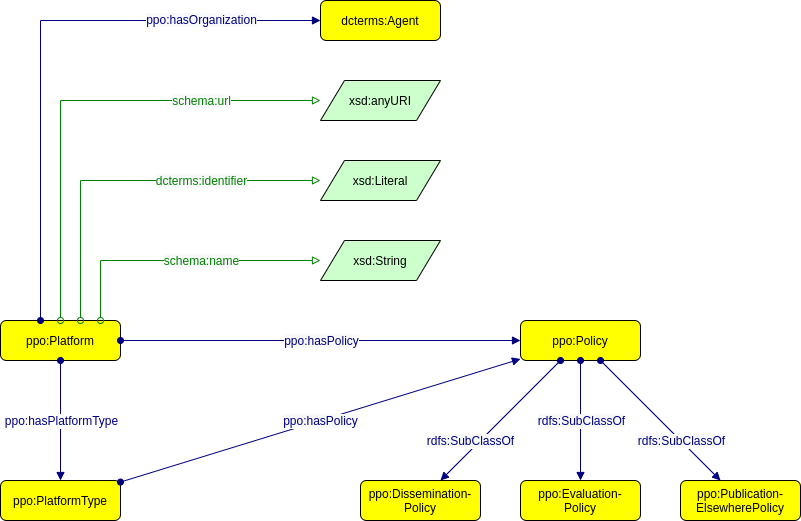
The draw.io diagram ontology/img/ppo_ontology-Platform.drawio.png in CWTSLeiden/Journal-Observatory-data, before a commit. Source tidied: cells renumbered, new cells last; positions are measured from the earlier drawing's top-left corner, leaving out a move shared by most shapes. Source of this version:
```xml
<mxGraphModel>
  <root>
    <mxCell id="0" />
    <mxCell id="1" parent="0" />
    <mxCell id="2" value="ppo:Platform" style="graphMlID=n4;shape=rect;rounded=1;arcsize=30;fillColor=#ffff00;strokeColor=#000000;strokeWidth=1.0;" parent="1" vertex="1">
      <mxGeometry y="320" width="120" height="40" as="geometry" />
    </mxCell>
    <mxCell id="3" value="xsd:Literal" style="graphMlID=n6;shape=parallelogram;fillColor=#ccffcc;strokeColor=#000000;strokeWidth=1.0;" parent="1" vertex="1">
      <mxGeometry x="320" y="160" width="120" height="40" as="geometry" />
    </mxCell>
    <mxCell id="4" style="graphMlID=e2;rounded=0;endArrow=block;strokeColor=#008000;strokeWidth=1.0;startArrow=oval;startFill=0;endFill=0;edgeStyle=orthogonalEdgeStyle;" parent="1" edge="1" source="2" target="3">
      <mxGeometry relative="1" as="geometry">
        <Array as="points">
          <mxPoint x="80" y="180" />
        </Array>
      </mxGeometry>
    </mxCell>
    <mxCell id="5" value="&lt;span style=&quot;color: rgb(0, 128, 0); font-size: 12px; background-color: rgb(248, 249, 250);&quot;&gt;dcterms:identifier&lt;/span&gt;" style="text;html=1;align=center;verticalAlign=middle;labelBackgroundColor=#ffffff;fontSize=12;fontFamily=Helvetica;" parent="4" vertex="1">
      <mxGeometry relative="1" as="geometry">
        <mxPoint x="70" as="offset" />
      </mxGeometry>
    </mxCell>
    <mxCell id="6" value="xsd:anyURI" style="graphMlID=n6;shape=parallelogram;fillColor=#ccffcc;strokeColor=#000000;strokeWidth=1.0;" parent="1" vertex="1">
      <mxGeometry x="320" y="80" width="120" height="40" as="geometry" />
    </mxCell>
    <mxCell id="7" value="xsd:String" style="graphMlID=n6;shape=parallelogram;fillColor=#ccffcc;strokeColor=#000000;strokeWidth=1.0;" parent="1" vertex="1">
      <mxGeometry x="320" y="240" width="120" height="40" as="geometry" />
    </mxCell>
    <mxCell id="8" style="graphMlID=e2;rounded=0;endArrow=block;strokeColor=#008000;strokeWidth=1.0;startArrow=oval;startFill=0;endFill=0;align=center;edgeStyle=orthogonalEdgeStyle;" parent="1" edge="1" source="2" target="6">
      <mxGeometry relative="1" as="geometry">
        <Array as="points">
          <mxPoint x="60" y="100" />
        </Array>
      </mxGeometry>
    </mxCell>
    <mxCell id="9" value="&lt;span style=&quot;color: rgb(0, 128, 0); font-size: 12px; background-color: rgb(248, 249, 250);&quot;&gt;schema:url&lt;/span&gt;" style="text;html=1;align=center;verticalAlign=middle;labelBackgroundColor=#ffffff;fontSize=12;fontFamily=Helvetica;" parent="8" vertex="1">
      <mxGeometry relative="1" as="geometry">
        <mxPoint x="120" as="offset" />
      </mxGeometry>
    </mxCell>
    <mxCell id="10" style="graphMlID=e2;rounded=0;endArrow=block;strokeColor=#008000;strokeWidth=1.0;startArrow=oval;startFill=0;endFill=0;align=center;edgeStyle=orthogonalEdgeStyle;" parent="1" edge="1" source="2" target="7">
      <mxGeometry relative="1" as="geometry">
        <Array as="points">
          <mxPoint x="100" y="260" />
        </Array>
      </mxGeometry>
    </mxCell>
    <mxCell id="11" value="&lt;span style=&quot;color: rgb(0, 128, 0); font-size: 12px; background-color: rgb(248, 249, 250);&quot;&gt;schema:name&lt;br&gt;&lt;/span&gt;" style="text;html=1;align=center;verticalAlign=middle;labelBackgroundColor=#ffffff;fontSize=12;fontFamily=Helvetica;" parent="10" vertex="1">
      <mxGeometry relative="1" as="geometry">
        <mxPoint x="20" as="offset" />
      </mxGeometry>
    </mxCell>
    <mxCell id="12" value="dcterms:Agent" style="graphMlID=n4;shape=rect;rounded=1;arcsize=30;fillColor=#ffff00;strokeColor=#000000;strokeWidth=1.0;fontFamily=Helvetica;" parent="1" vertex="1">
      <mxGeometry x="320" width="120" height="40" as="geometry" />
    </mxCell>
    <mxCell id="13" style="graphMlID=e0;rounded=0;endArrow=block;strokeColor=#000080;strokeWidth=1.0;startArrow=oval;startFill=1;endFill=1;fontFamily=Helvetica;align=center;edgeStyle=orthogonalEdgeStyle;" parent="1" edge="1" source="2" target="12">
      <mxGeometry relative="1" as="geometry">
        <Array as="points">
          <mxPoint x="40" y="20" />
        </Array>
      </mxGeometry>
    </mxCell>
    <mxCell id="14" value="&lt;font color=&quot;#000080&quot; style=&quot;font-size: 12px;&quot;&gt;&lt;span style=&quot;font-size: 12px; background-color: rgb(248, 249, 250);&quot;&gt;ppo:hasOrganization&lt;/span&gt;&lt;/font&gt;" style="text;html=1;align=center;verticalAlign=middle;labelBackgroundColor=#ffffff;fontSize=12;fontFamily=Helvetica;" parent="13" vertex="1">
      <mxGeometry relative="1" as="geometry">
        <mxPoint x="160" y="-11" as="offset" />
      </mxGeometry>
    </mxCell>
    <mxCell id="15" value="ppo:PlatformType" style="graphMlID=n4;shape=rect;rounded=1;arcsize=30;fillColor=#ffff00;strokeColor=#000000;strokeWidth=1.0;" parent="1" vertex="1">
      <mxGeometry y="480" width="120" height="40" as="geometry" />
    </mxCell>
    <mxCell id="16" style="graphMlID=e0;rounded=0;endArrow=block;strokeColor=#000080;strokeWidth=1.0;startArrow=oval;startFill=1;endFill=1;fontFamily=Helvetica;fontSize=12;" parent="1" edge="1" source="2" target="15">
      <mxGeometry relative="1" as="geometry" />
    </mxCell>
    <mxCell id="17" value="ppo:hasPlatformType" style="edgeLabel;html=1;align=center;verticalAlign=middle;fontSize=12;fontFamily=Helvetica;fontColor=#000080;" parent="16" vertex="1">
      <mxGeometry relative="1" as="geometry" />
    </mxCell>
    <mxCell id="18" style="graphMlID=e0;rounded=0;endArrow=block;strokeColor=#000080;strokeWidth=1.0;startArrow=oval;startFill=1;endFill=1;fontFamily=Helvetica;fontSize=11;" parent="1" edge="1" source="15" target="22">
      <mxGeometry relative="1" as="geometry" />
    </mxCell>
    <mxCell id="19" value="&lt;span style=&quot;color: rgb(0, 0, 128); font-size: 12px; background-color: rgb(248, 249, 250);&quot;&gt;ppo:hasPolicy&lt;/span&gt;" style="text;html=1;align=center;verticalAlign=middle;labelBackgroundColor=#ffffff;fontSize=12;fontFamily=Helvetica;" parent="18" vertex="1">
      <mxGeometry relative="1" as="geometry" />
    </mxCell>
    <mxCell id="20" value="ppo:Evaluation-&#10;Policy" style="graphMlID=n4;shape=rect;rounded=1;arcsize=30;fillColor=#ffff00;strokeColor=#000000;strokeWidth=1.0;" parent="1" vertex="1">
      <mxGeometry x="520" y="480" width="120" height="40" as="geometry" />
    </mxCell>
    <mxCell id="21" value="ppo:Publication-&#10;ElsewherePolicy" style="graphMlID=n4;shape=rect;rounded=1;arcsize=30;fillColor=#ffff00;strokeColor=#000000;strokeWidth=1.0;" parent="1" vertex="1">
      <mxGeometry x="680" y="480" width="120" height="40" as="geometry" />
    </mxCell>
    <mxCell id="22" value="ppo:Policy" style="graphMlID=n4;shape=rect;rounded=1;arcsize=30;fillColor=#ffff00;strokeColor=#000000;strokeWidth=1.0;" parent="1" vertex="1">
      <mxGeometry x="520" y="320" width="120" height="40" as="geometry" />
    </mxCell>
    <mxCell id="23" value="ppo:Dissemination-&#10;Policy" style="graphMlID=n4;shape=rect;rounded=1;arcsize=30;fillColor=#ffff00;strokeColor=#000000;strokeWidth=1.0;" parent="1" vertex="1">
      <mxGeometry x="360" y="480" width="120" height="40" as="geometry" />
    </mxCell>
    <mxCell id="24" style="graphMlID=e0;rounded=0;endArrow=block;strokeColor=#000080;strokeWidth=1.0;startArrow=oval;startFill=1;endFill=1;fontFamily=Helvetica;fontSize=11;" parent="1" edge="1" source="22" target="23">
      <mxGeometry relative="1" as="geometry" />
    </mxCell>
    <mxCell id="25" value="&lt;span style=&quot;color: rgb(0, 0, 128); font-size: 12px; background-color: rgb(248, 249, 250);&quot;&gt;rdfs:SubClassOf&lt;/span&gt;" style="text;html=1;align=center;verticalAlign=middle;labelBackgroundColor=#ffffff;fontSize=12;fontFamily=Helvetica;" parent="24" vertex="1">
      <mxGeometry relative="1" as="geometry">
        <mxPoint x="-30" y="20" as="offset" />
      </mxGeometry>
    </mxCell>
    <mxCell id="26" style="graphMlID=e0;rounded=0;endArrow=block;strokeColor=#000080;strokeWidth=1.0;startArrow=oval;startFill=1;endFill=1;fontFamily=Helvetica;fontSize=11;" parent="1" edge="1" source="22" target="21">
      <mxGeometry relative="1" as="geometry" />
    </mxCell>
    <mxCell id="27" value="&lt;span style=&quot;color: rgb(0, 0, 128); font-size: 12px; background-color: rgb(248, 249, 250);&quot;&gt;rdfs:SubClassOf&lt;/span&gt;" style="text;html=1;align=center;verticalAlign=middle;labelBackgroundColor=#ffffff;fontSize=12;fontFamily=Helvetica;" parent="26" vertex="1">
      <mxGeometry relative="1" as="geometry">
        <mxPoint x="20" y="20" as="offset" />
      </mxGeometry>
    </mxCell>
    <mxCell id="28" style="graphMlID=e0;rounded=0;endArrow=block;strokeColor=#000080;strokeWidth=1.0;startArrow=oval;startFill=1;endFill=1;fontFamily=Helvetica;fontSize=11;" parent="1" edge="1" source="22" target="20">
      <mxGeometry relative="1" as="geometry" />
    </mxCell>
    <mxCell id="29" value="&lt;span style=&quot;color: rgb(0, 0, 128); font-size: 12px; background-color: rgb(248, 249, 250);&quot;&gt;rdfs:SubClassOf&lt;/span&gt;" style="text;html=1;align=center;verticalAlign=middle;labelBackgroundColor=#ffffff;fontSize=12;fontFamily=Helvetica;" parent="28" vertex="1">
      <mxGeometry relative="1" as="geometry" />
    </mxCell>
    <mxCell id="30" style="graphMlID=e0;rounded=0;endArrow=block;strokeColor=#000080;strokeWidth=1.0;startArrow=oval;startFill=1;endFill=1;fontFamily=Helvetica;fontSize=11;" parent="1" edge="1" source="2" target="22">
      <mxGeometry relative="1" as="geometry" />
    </mxCell>
    <mxCell id="31" value="&lt;span style=&quot;color: rgb(0, 0, 128); font-size: 12px; background-color: rgb(248, 249, 250);&quot;&gt;ppo:hasPolicy&lt;/span&gt;" style="text;html=1;align=center;verticalAlign=middle;labelBackgroundColor=#ffffff;fontSize=12;fontFamily=Helvetica;" parent="30" vertex="1">
      <mxGeometry relative="1" as="geometry" />
    </mxCell>
  </root>
</mxGraphModel>
```
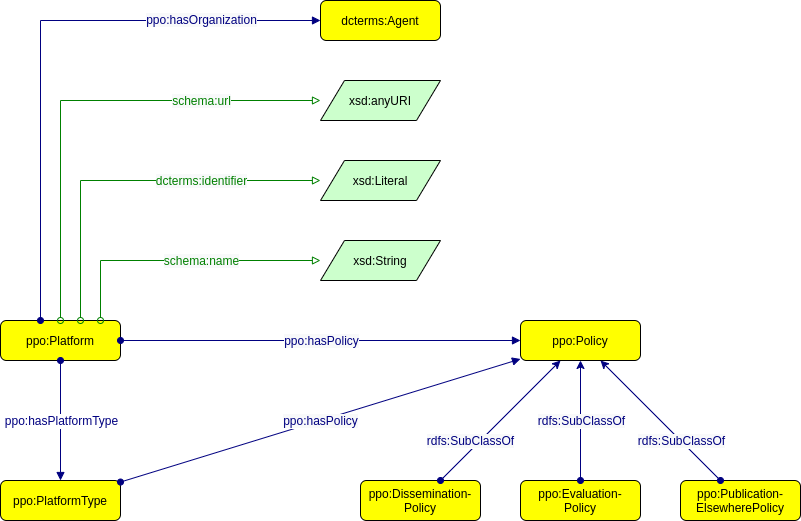
After the commit.

What changed in the source:
```diff
@@ -92,7 +92,7 @@
     <mxCell id="23" value="ppo:Dissemination-&#10;Policy" style="graphMlID=n4;shape=rect;rounded=1;arcsize=30;fillColor=#ffff00;strokeColor=#000000;strokeWidth=1.0;" parent="1" vertex="1">
       <mxGeometry x="360" y="480" width="120" height="40" as="geometry" />
     </mxCell>
-    <mxCell id="24" style="graphMlID=e0;rounded=0;endArrow=block;strokeColor=#000080;strokeWidth=1.0;startArrow=oval;startFill=1;endFill=1;fontFamily=Helvetica;fontSize=11;" parent="1" edge="1" source="22" target="23">
+    <mxCell id="24" style="graphMlID=e0;rounded=0;endArrow=oval;strokeColor=#000080;strokeWidth=1.0;startArrow=classic;startFill=1;endFill=1;fontFamily=Helvetica;fontSize=11;" parent="1" edge="1" source="22" target="23">
       <mxGeometry relative="1" as="geometry" />
     </mxCell>
     <mxCell id="25" value="&lt;span style=&quot;color: rgb(0, 0, 128); font-size: 12px; background-color: rgb(248, 249, 250);&quot;&gt;rdfs:SubClassOf&lt;/span&gt;" style="text;html=1;align=center;verticalAlign=middle;labelBackgroundColor=#ffffff;fontSize=12;fontFamily=Helvetica;" parent="24" vertex="1">
@@ -100,7 +100,7 @@
         <mxPoint x="-30" y="20" as="offset" />
       </mxGeometry>
     </mxCell>
-    <mxCell id="26" style="graphMlID=e0;rounded=0;endArrow=block;strokeColor=#000080;strokeWidth=1.0;startArrow=oval;startFill=1;endFill=1;fontFamily=Helvetica;fontSize=11;" parent="1" edge="1" source="22" target="21">
+    <mxCell id="26" style="graphMlID=e0;rounded=0;endArrow=oval;strokeColor=#000080;strokeWidth=1.0;startArrow=classic;startFill=1;endFill=1;fontFamily=Helvetica;fontSize=11;" parent="1" edge="1" source="22" target="21">
       <mxGeometry relative="1" as="geometry" />
     </mxCell>
     <mxCell id="27" value="&lt;span style=&quot;color: rgb(0, 0, 128); font-size: 12px; background-color: rgb(248, 249, 250);&quot;&gt;rdfs:SubClassOf&lt;/span&gt;" style="text;html=1;align=center;verticalAlign=middle;labelBackgroundColor=#ffffff;fontSize=12;fontFamily=Helvetica;" parent="26" vertex="1">
@@ -108,7 +108,7 @@
         <mxPoint x="20" y="20" as="offset" />
       </mxGeometry>
     </mxCell>
-    <mxCell id="28" style="graphMlID=e0;rounded=0;endArrow=block;strokeColor=#000080;strokeWidth=1.0;startArrow=oval;startFill=1;endFill=1;fontFamily=Helvetica;fontSize=11;" parent="1" edge="1" source="22" target="20">
+    <mxCell id="28" style="graphMlID=e0;rounded=0;endArrow=oval;strokeColor=#000080;strokeWidth=1.0;startArrow=classic;startFill=1;endFill=1;fontFamily=Helvetica;fontSize=11;" parent="1" edge="1" source="22" target="20">
       <mxGeometry relative="1" as="geometry" />
     </mxCell>
     <mxCell id="29" value="&lt;span style=&quot;color: rgb(0, 0, 128); font-size: 12px; background-color: rgb(248, 249, 250);&quot;&gt;rdfs:SubClassOf&lt;/span&gt;" style="text;html=1;align=center;verticalAlign=middle;labelBackgroundColor=#ffffff;fontSize=12;fontFamily=Helvetica;" parent="28" vertex="1">
```
